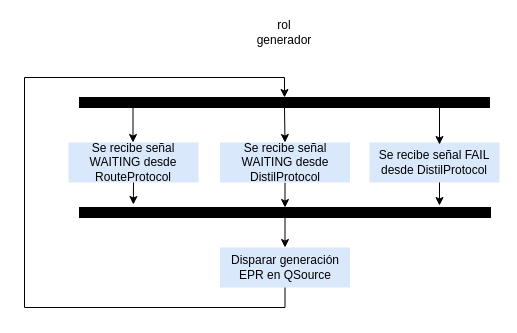
The draw.io diagram Diagramas/Flujo/EntangleNode.drawio in davidpcuvigo/quantumcity, before the edit. Source tidied: cells renumbered, new cells numbered last; positions are measured from the earlier drawing's top-left corner, leaving out a move shared by most shapes. Both pictures are drawn from the tidied source at 100%, with x=0, y=0 at pixel (24, 17).
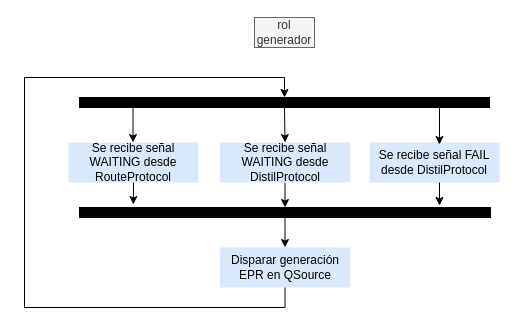
The same diagram, later.

Change to the diagram source:
```diff
@@
-    <mxCell id="16" value="rol generador" style="text;html=1;align=center;verticalAlign=middle;whiteSpace=wrap;rounded=0;" parent="1" vertex="1">
+    <mxCell id="16" value="rol generador" style="text;html=1;align=center;verticalAlign=middle;whiteSpace=wrap;rounded=0;strokeColor=#666666;fillColor=#f5f5f5;fontColor=#333333;" parent="1" vertex="1">
       <mxGeometry x="230" width="60" height="30" as="geometry" />
     </mxCell>
```
